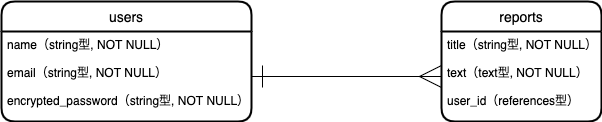
IT0825/day_app keeps this draw.io diagram as ER.drawio.png. Above is the earlier version. Source tidied: cells renumbered, new cells last; positions are measured from the earlier drawing's top-left corner, leaving out a move shared by most shapes.
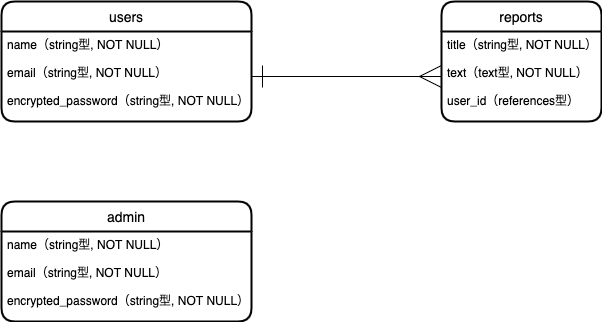
After the change.

Commit message:
ER図にadminを追記

Change to the diagram source:
```diff
@@ -17,5 +17,11 @@
     <mxCell id="6" style="edgeStyle=orthogonalEdgeStyle;rounded=0;jettySize=auto;html=1;exitX=1;exitY=0.5;exitDx=0;exitDy=0;entryX=0;entryY=0.5;entryDx=0;entryDy=0;startArrow=ERone;startFill=0;endArrow=ERmany;endFill=0;endSize=20;startSize=20;" parent="1" edge="1" source="3" target="5">
       <mxGeometry relative="1" as="geometry" />
     </mxCell>
+    <mxCell id="7" value="admin" style="swimlane;horizontal=1;startSize=30;rounded=1;fontSize=14;fontStyle=0;strokeWidth=2;shadow=0;dashed=0;align=center;" parent="1" vertex="1">
+      <mxGeometry y="200" width="250" height="120" as="geometry" />
+    </mxCell>
+    <mxCell id="8" value="name（string型, NOT NULL）&#10;&#10;email（string型, NOT NULL）&#10;&#10;encrypted_password（string型, NOT NULL）" style="align=left;strokeColor=none;fillColor=none;spacingLeft=4;fontSize=12;verticalAlign=top;" parent="7" vertex="1">
+      <mxGeometry y="30" width="250" height="90" as="geometry" />
+    </mxCell>
   </root>
 </mxGraphModel>
```
